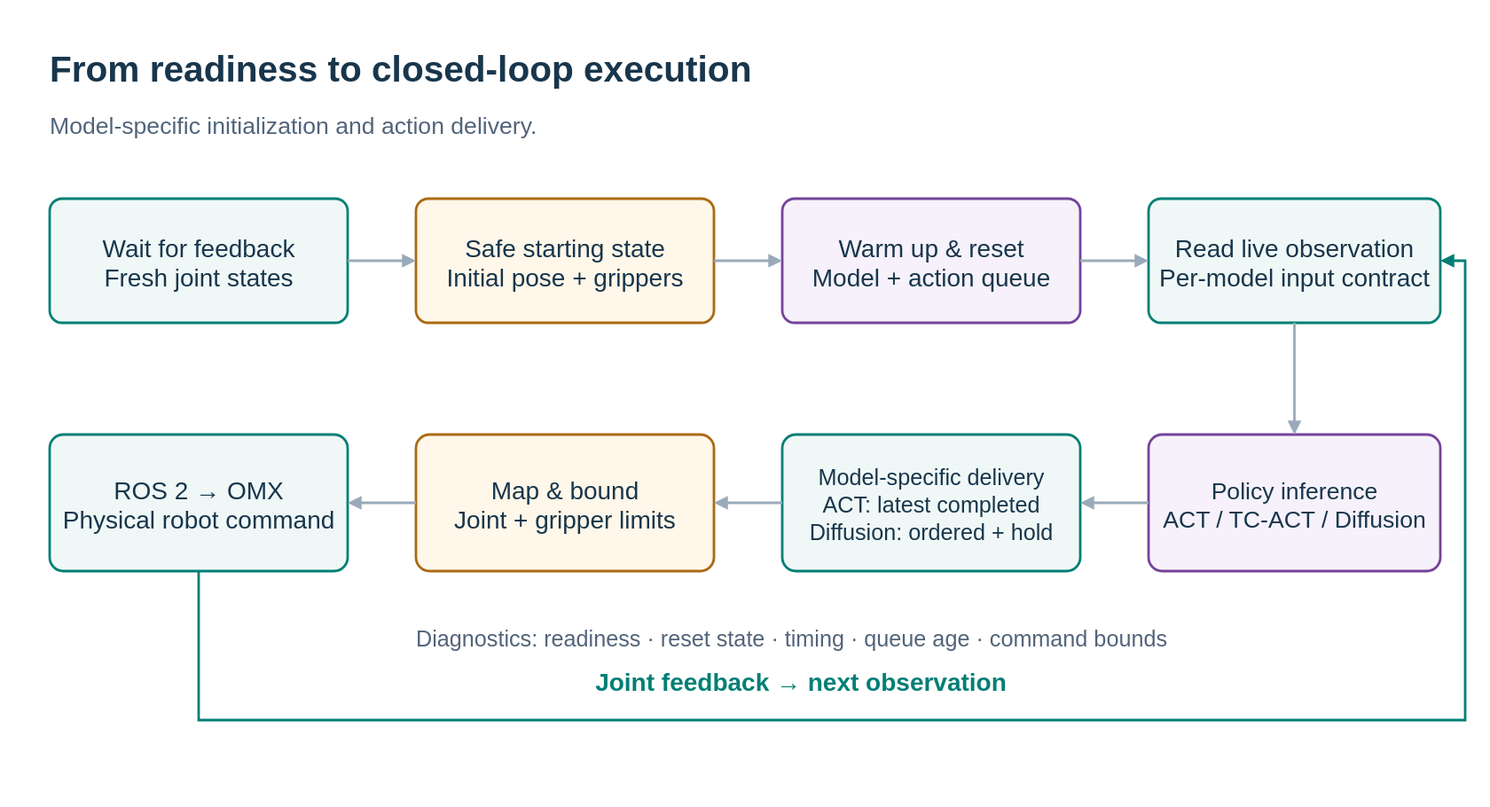
green101630-jwi/literate-octo-doodle keeps this draw.io diagram as docs/assets/diagrams/hardware-deployment-flow.svg. Above is the earlier version. Source tidied: cells renumbered, new cells last; positions are measured from the earlier drawing's top-left corner, leaving out a move shared by most shapes. Source of this version:
```xml
<mxGraphModel background="#ffffff">
  <root>
    <mxCell id="0" />
    <mxCell id="1" parent="0" />
    <mxCell id="2" value="From readiness to closed-loop execution" style="text;html=0;whiteSpace=nowrap;strokeColor=none;fillColor=none;fontColor=#18364c;fontFamily=Arial;fontSize=29;fontStyle=1;align=left;verticalAlign=middle;spacing=0;" parent="1" vertex="1">
      <mxGeometry width="1120" height="45" as="geometry" />
    </mxCell>
    <mxCell id="3" value="Model-specific initialization and action delivery." style="text;html=0;whiteSpace=nowrap;strokeColor=none;fillColor=none;fontColor=#52647a;fontFamily=Arial;fontSize=19;fontStyle=0;align=left;verticalAlign=middle;spacing=0;" parent="1" vertex="1">
      <mxGeometry y="52" width="1120" height="35" as="geometry" />
    </mxCell>
    <mxCell id="4" value="Wait for feedback&#10;Fresh joint states" style="rounded=1;arcSize=10;whiteSpace=nowrap;html=0;fillColor=#f0f8f7;strokeColor=#007f75;strokeWidth=2;fontColor=#18364c;fontFamily=Arial;fontSize=20;align=center;verticalAlign=middle;spacing=12;" parent="1" vertex="1">
      <mxGeometry y="130" width="240" height="100" as="geometry" />
    </mxCell>
    <mxCell id="5" value="Safe starting state&#10;Initial pose + grippers" style="rounded=1;arcSize=10;whiteSpace=nowrap;html=0;fillColor=#fff7e9;strokeColor=#aa6a13;strokeWidth=2;fontColor=#18364c;fontFamily=Arial;fontSize=20;align=center;verticalAlign=middle;spacing=12;" parent="1" vertex="1">
      <mxGeometry x="295" y="130" width="240" height="100" as="geometry" />
    </mxCell>
    <mxCell id="6" value="Warm up &amp; reset&#10;Model + action queue" style="rounded=1;arcSize=10;whiteSpace=nowrap;html=0;fillColor=#f6f1fa;strokeColor=#75439a;strokeWidth=2;fontColor=#18364c;fontFamily=Arial;fontSize=20;align=center;verticalAlign=middle;spacing=12;" parent="1" vertex="1">
      <mxGeometry x="590" y="130" width="240" height="100" as="geometry" />
    </mxCell>
    <mxCell id="7" value="Read live observation&#10;Per-model input contract" style="rounded=1;arcSize=10;whiteSpace=nowrap;html=0;fillColor=#f0f8f7;strokeColor=#007f75;strokeWidth=2;fontColor=#18364c;fontFamily=Arial;fontSize=20;align=center;verticalAlign=middle;spacing=12;" parent="1" vertex="1">
      <mxGeometry x="885" y="130" width="235" height="100" as="geometry" />
    </mxCell>
    <mxCell id="8" value="Policy inference&#10;ACT / TC-ACT / Diffusion" style="rounded=1;arcSize=10;whiteSpace=nowrap;html=0;fillColor=#f6f1fa;strokeColor=#75439a;strokeWidth=2;fontColor=#18364c;fontFamily=Arial;fontSize=19;align=center;verticalAlign=middle;spacing=12;" parent="1" vertex="1">
      <mxGeometry x="885" y="320" width="235" height="110" as="geometry" />
    </mxCell>
    <mxCell id="9" value="Model-specific delivery&#10;ACT: latest completed&#10;Diffusion: ordered + hold" style="rounded=1;arcSize=10;whiteSpace=nowrap;html=0;fillColor=#f0f8f7;strokeColor=#007f75;strokeWidth=2;fontColor=#18364c;fontFamily=Arial;fontSize=18;align=center;verticalAlign=middle;spacing=12;" parent="1" vertex="1">
      <mxGeometry x="590" y="320" width="240" height="110" as="geometry" />
    </mxCell>
    <mxCell id="10" value="Map &amp; bound&#10;Joint + gripper limits" style="rounded=1;arcSize=10;whiteSpace=nowrap;html=0;fillColor=#fff7e9;strokeColor=#aa6a13;strokeWidth=2;fontColor=#18364c;fontFamily=Arial;fontSize=20;align=center;verticalAlign=middle;spacing=12;" parent="1" vertex="1">
      <mxGeometry x="295" y="320" width="240" height="110" as="geometry" />
    </mxCell>
    <mxCell id="11" value="ROS 2 → OMX&#10;Physical robot command" style="rounded=1;arcSize=10;whiteSpace=nowrap;html=0;fillColor=#f0f8f7;strokeColor=#007f75;strokeWidth=2;fontColor=#18364c;fontFamily=Arial;fontSize=20;align=center;verticalAlign=middle;spacing=12;" parent="1" vertex="1">
      <mxGeometry y="320" width="240" height="110" as="geometry" />
    </mxCell>
    <mxCell id="12" style="edgeStyle=orthogonalEdgeStyle;rounded=0;jettySize=auto;html=0;endArrow=block;endFill=1;strokeColor=#9aaaba;strokeWidth=2;fontFamily=Arial;fontSize=18;fontColor=#52647a;labelBackgroundColor=#ffffff;exitX=1;exitY=0.5;entryX=0;entryY=0.5;" parent="1" edge="1" source="4" target="5">
      <mxGeometry relative="1" as="geometry" />
    </mxCell>
    <mxCell id="13" style="edgeStyle=orthogonalEdgeStyle;rounded=0;jettySize=auto;html=0;endArrow=block;endFill=1;strokeColor=#9aaaba;strokeWidth=2;fontFamily=Arial;fontSize=18;fontColor=#52647a;labelBackgroundColor=#ffffff;exitX=1;exitY=0.5;entryX=0;entryY=0.5;" parent="1" edge="1" source="5" target="6">
      <mxGeometry relative="1" as="geometry" />
    </mxCell>
    <mxCell id="14" style="edgeStyle=orthogonalEdgeStyle;rounded=0;jettySize=auto;html=0;endArrow=block;endFill=1;strokeColor=#9aaaba;strokeWidth=2;fontFamily=Arial;fontSize=18;fontColor=#52647a;labelBackgroundColor=#ffffff;exitX=1;exitY=0.5;entryX=0;entryY=0.5;" parent="1" edge="1" source="6" target="7">
      <mxGeometry relative="1" as="geometry" />
    </mxCell>
    <mxCell id="15" style="edgeStyle=orthogonalEdgeStyle;rounded=0;jettySize=auto;html=0;endArrow=block;endFill=1;strokeColor=#9aaaba;strokeWidth=2;fontFamily=Arial;fontSize=18;fontColor=#52647a;labelBackgroundColor=#ffffff;exitX=0.5;exitY=1;entryX=0.5;entryY=0;" parent="1" edge="1" source="7" target="8">
      <mxGeometry relative="1" as="geometry" />
    </mxCell>
    <mxCell id="16" style="edgeStyle=orthogonalEdgeStyle;rounded=0;jettySize=auto;html=0;endArrow=block;endFill=1;strokeColor=#9aaaba;strokeWidth=2;fontFamily=Arial;fontSize=18;fontColor=#52647a;labelBackgroundColor=#ffffff;exitX=0;exitY=0.5;entryX=1;entryY=0.5;" parent="1" edge="1" source="8" target="9">
      <mxGeometry relative="1" as="geometry" />
    </mxCell>
    <mxCell id="17" style="edgeStyle=orthogonalEdgeStyle;rounded=0;jettySize=auto;html=0;endArrow=block;endFill=1;strokeColor=#9aaaba;strokeWidth=2;fontFamily=Arial;fontSize=18;fontColor=#52647a;labelBackgroundColor=#ffffff;exitX=0;exitY=0.5;entryX=1;entryY=0.5;" parent="1" edge="1" source="9" target="10">
      <mxGeometry relative="1" as="geometry" />
    </mxCell>
    <mxCell id="18" style="edgeStyle=orthogonalEdgeStyle;rounded=0;jettySize=auto;html=0;endArrow=block;endFill=1;strokeColor=#9aaaba;strokeWidth=2;fontFamily=Arial;fontSize=18;fontColor=#52647a;labelBackgroundColor=#ffffff;exitX=0;exitY=0.5;entryX=1;entryY=0.5;" parent="1" edge="1" source="10" target="11">
      <mxGeometry relative="1" as="geometry" />
    </mxCell>
    <mxCell id="19" style="edgeStyle=orthogonalEdgeStyle;rounded=0;jettySize=auto;html=0;endArrow=block;endFill=1;strokeColor=#007f75;strokeWidth=2;fontFamily=Arial;fontSize=18;fontColor=#52647a;labelBackgroundColor=#ffffff;exitX=0.5;exitY=1;entryX=1;entryY=0.5;" parent="1" edge="1" source="11" target="7">
      <mxGeometry relative="1" as="geometry">
        <Array as="points">
          <mxPoint x="120" y="550" />
          <mxPoint x="1140" y="550" />
          <mxPoint x="1140" y="180" />
        </Array>
      </mxGeometry>
    </mxCell>
    <mxCell id="20" value="Joint feedback → next observation" style="text;html=0;whiteSpace=nowrap;strokeColor=none;fillColor=none;fontColor=#007f75;fontFamily=Arial;fontSize=20;fontStyle=1;align=center;verticalAlign=middle;spacing=0;" parent="1" vertex="1">
      <mxGeometry x="335" y="500" width="540" height="35" as="geometry" />
    </mxCell>
    <mxCell id="21" value="Diagnostics: readiness · reset state · timing · queue age · command bounds" style="text;html=0;whiteSpace=nowrap;strokeColor=none;fillColor=none;fontColor=#52647a;fontFamily=Arial;fontSize=18;fontStyle=0;align=left;verticalAlign=middle;spacing=0;" parent="1" vertex="1">
      <mxGeometry x="295" y="460" width="825" height="45" as="geometry" />
    </mxCell>
  </root>
</mxGraphModel>
```
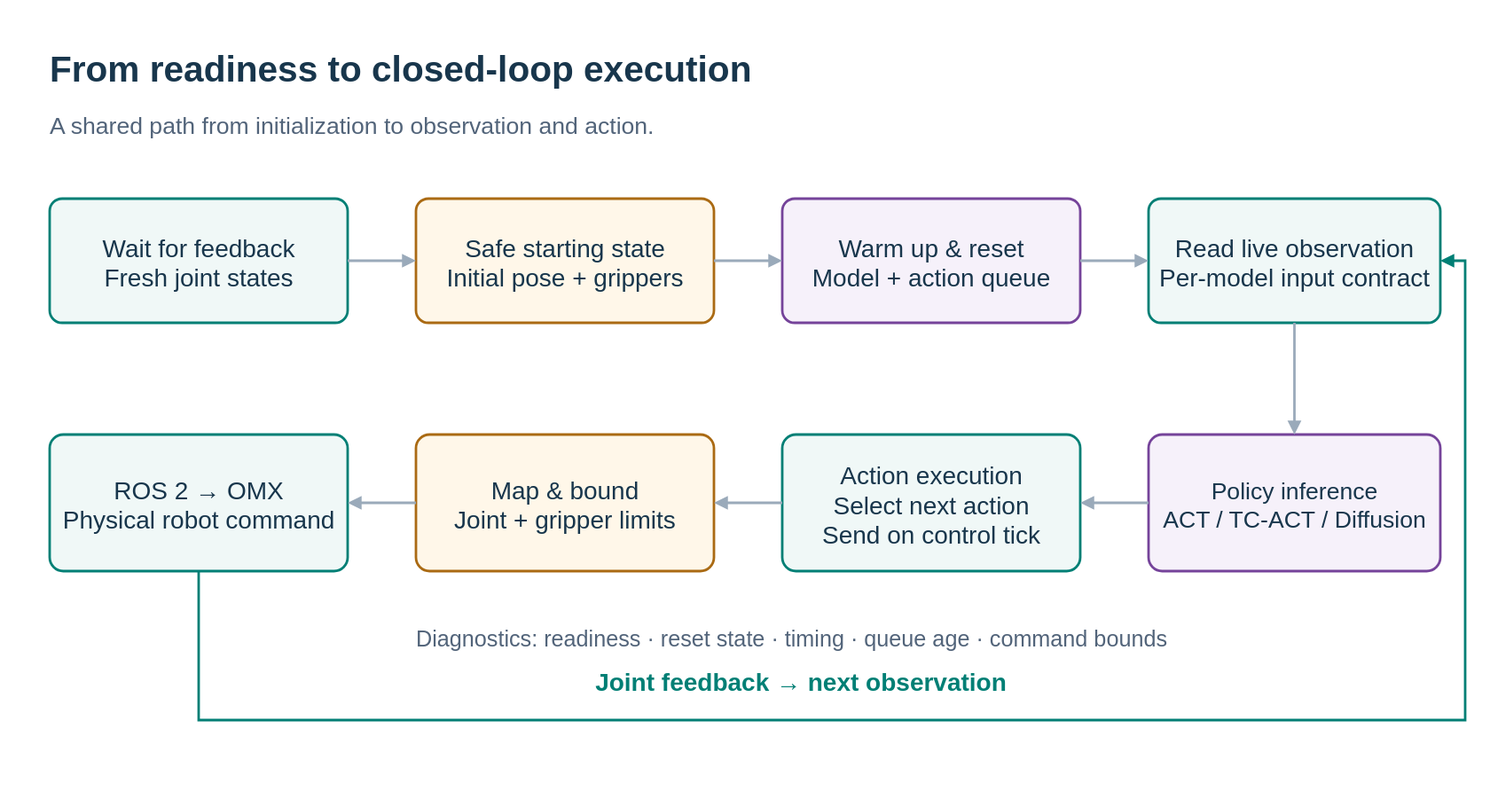
After the change.

Commit message:
Clarify shared ACT execution and the TC encoder extension in deployment diagrams

What changed in the source:
```diff
@@ -5,7 +5,7 @@
     <mxCell id="2" value="From readiness to closed-loop execution" style="text;html=0;whiteSpace=nowrap;strokeColor=none;fillColor=none;fontColor=#18364c;fontFamily=Arial;fontSize=29;fontStyle=1;align=left;verticalAlign=middle;spacing=0;" parent="1" vertex="1">
       <mxGeometry width="1120" height="45" as="geometry" />
     </mxCell>
-    <mxCell id="3" value="Model-specific initialization and action delivery." style="text;html=0;whiteSpace=nowrap;strokeColor=none;fillColor=none;fontColor=#52647a;fontFamily=Arial;fontSize=19;fontStyle=0;align=left;verticalAlign=middle;spacing=0;" parent="1" vertex="1">
+    <mxCell id="3" value="A shared path from initialization to observation and action." style="text;html=0;whiteSpace=nowrap;strokeColor=none;fillColor=none;fontColor=#52647a;fontFamily=Arial;fontSize=19;fontStyle=0;align=left;verticalAlign=middle;spacing=0;" parent="1" vertex="1">
       <mxGeometry y="52" width="1120" height="35" as="geometry" />
     </mxCell>
     <mxCell id="4" value="Wait for feedback&#10;Fresh joint states" style="rounded=1;arcSize=10;whiteSpace=nowrap;html=0;fillColor=#f0f8f7;strokeColor=#007f75;strokeWidth=2;fontColor=#18364c;fontFamily=Arial;fontSize=20;align=center;verticalAlign=middle;spacing=12;" parent="1" vertex="1">
@@ -23,7 +23,7 @@
     <mxCell id="8" value="Policy inference&#10;ACT / TC-ACT / Diffusion" style="rounded=1;arcSize=10;whiteSpace=nowrap;html=0;fillColor=#f6f1fa;strokeColor=#75439a;strokeWidth=2;fontColor=#18364c;fontFamily=Arial;fontSize=19;align=center;verticalAlign=middle;spacing=12;" parent="1" vertex="1">
       <mxGeometry x="885" y="320" width="235" height="110" as="geometry" />
     </mxCell>
-    <mxCell id="9" value="Model-specific delivery&#10;ACT: latest completed&#10;Diffusion: ordered + hold" style="rounded=1;arcSize=10;whiteSpace=nowrap;html=0;fillColor=#f0f8f7;strokeColor=#007f75;strokeWidth=2;fontColor=#18364c;fontFamily=Arial;fontSize=18;align=center;verticalAlign=middle;spacing=12;" parent="1" vertex="1">
+    <mxCell id="9" value="Action execution&#10;Select next action&#10;Send on control tick" style="rounded=1;arcSize=10;whiteSpace=nowrap;html=0;fillColor=#f0f8f7;strokeColor=#007f75;strokeWidth=2;fontColor=#18364c;fontFamily=Arial;fontSize=20;align=center;verticalAlign=middle;spacing=12;" parent="1" vertex="1">
       <mxGeometry x="590" y="320" width="240" height="110" as="geometry" />
     </mxCell>
     <mxCell id="10" value="Map &amp; bound&#10;Joint + gripper limits" style="rounded=1;arcSize=10;whiteSpace=nowrap;html=0;fillColor=#fff7e9;strokeColor=#aa6a13;strokeWidth=2;fontColor=#18364c;fontFamily=Arial;fontSize=20;align=center;verticalAlign=middle;spacing=12;" parent="1" vertex="1">
```
